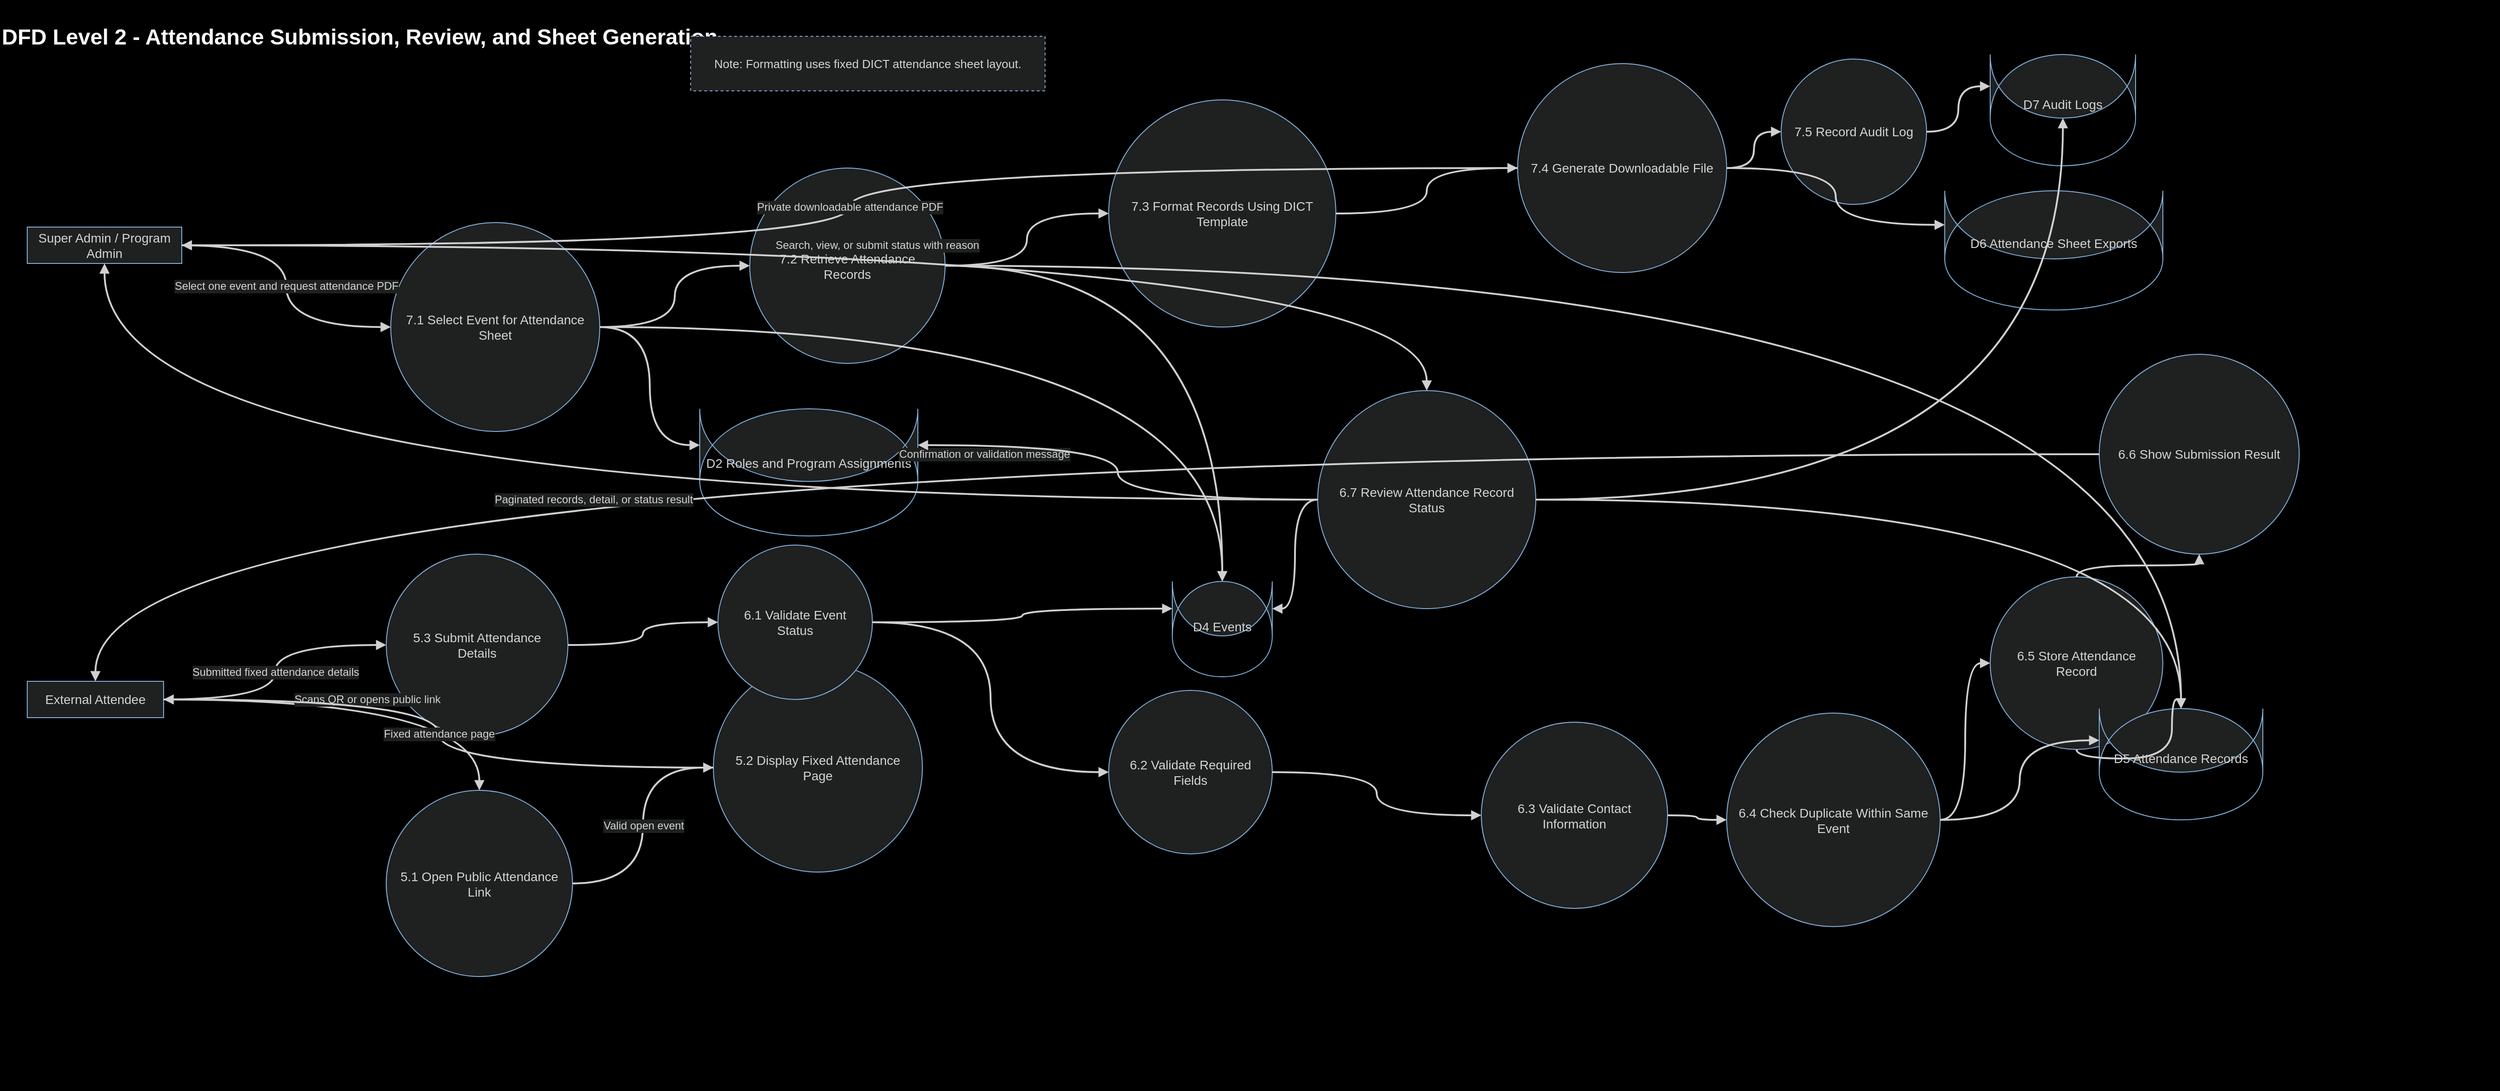
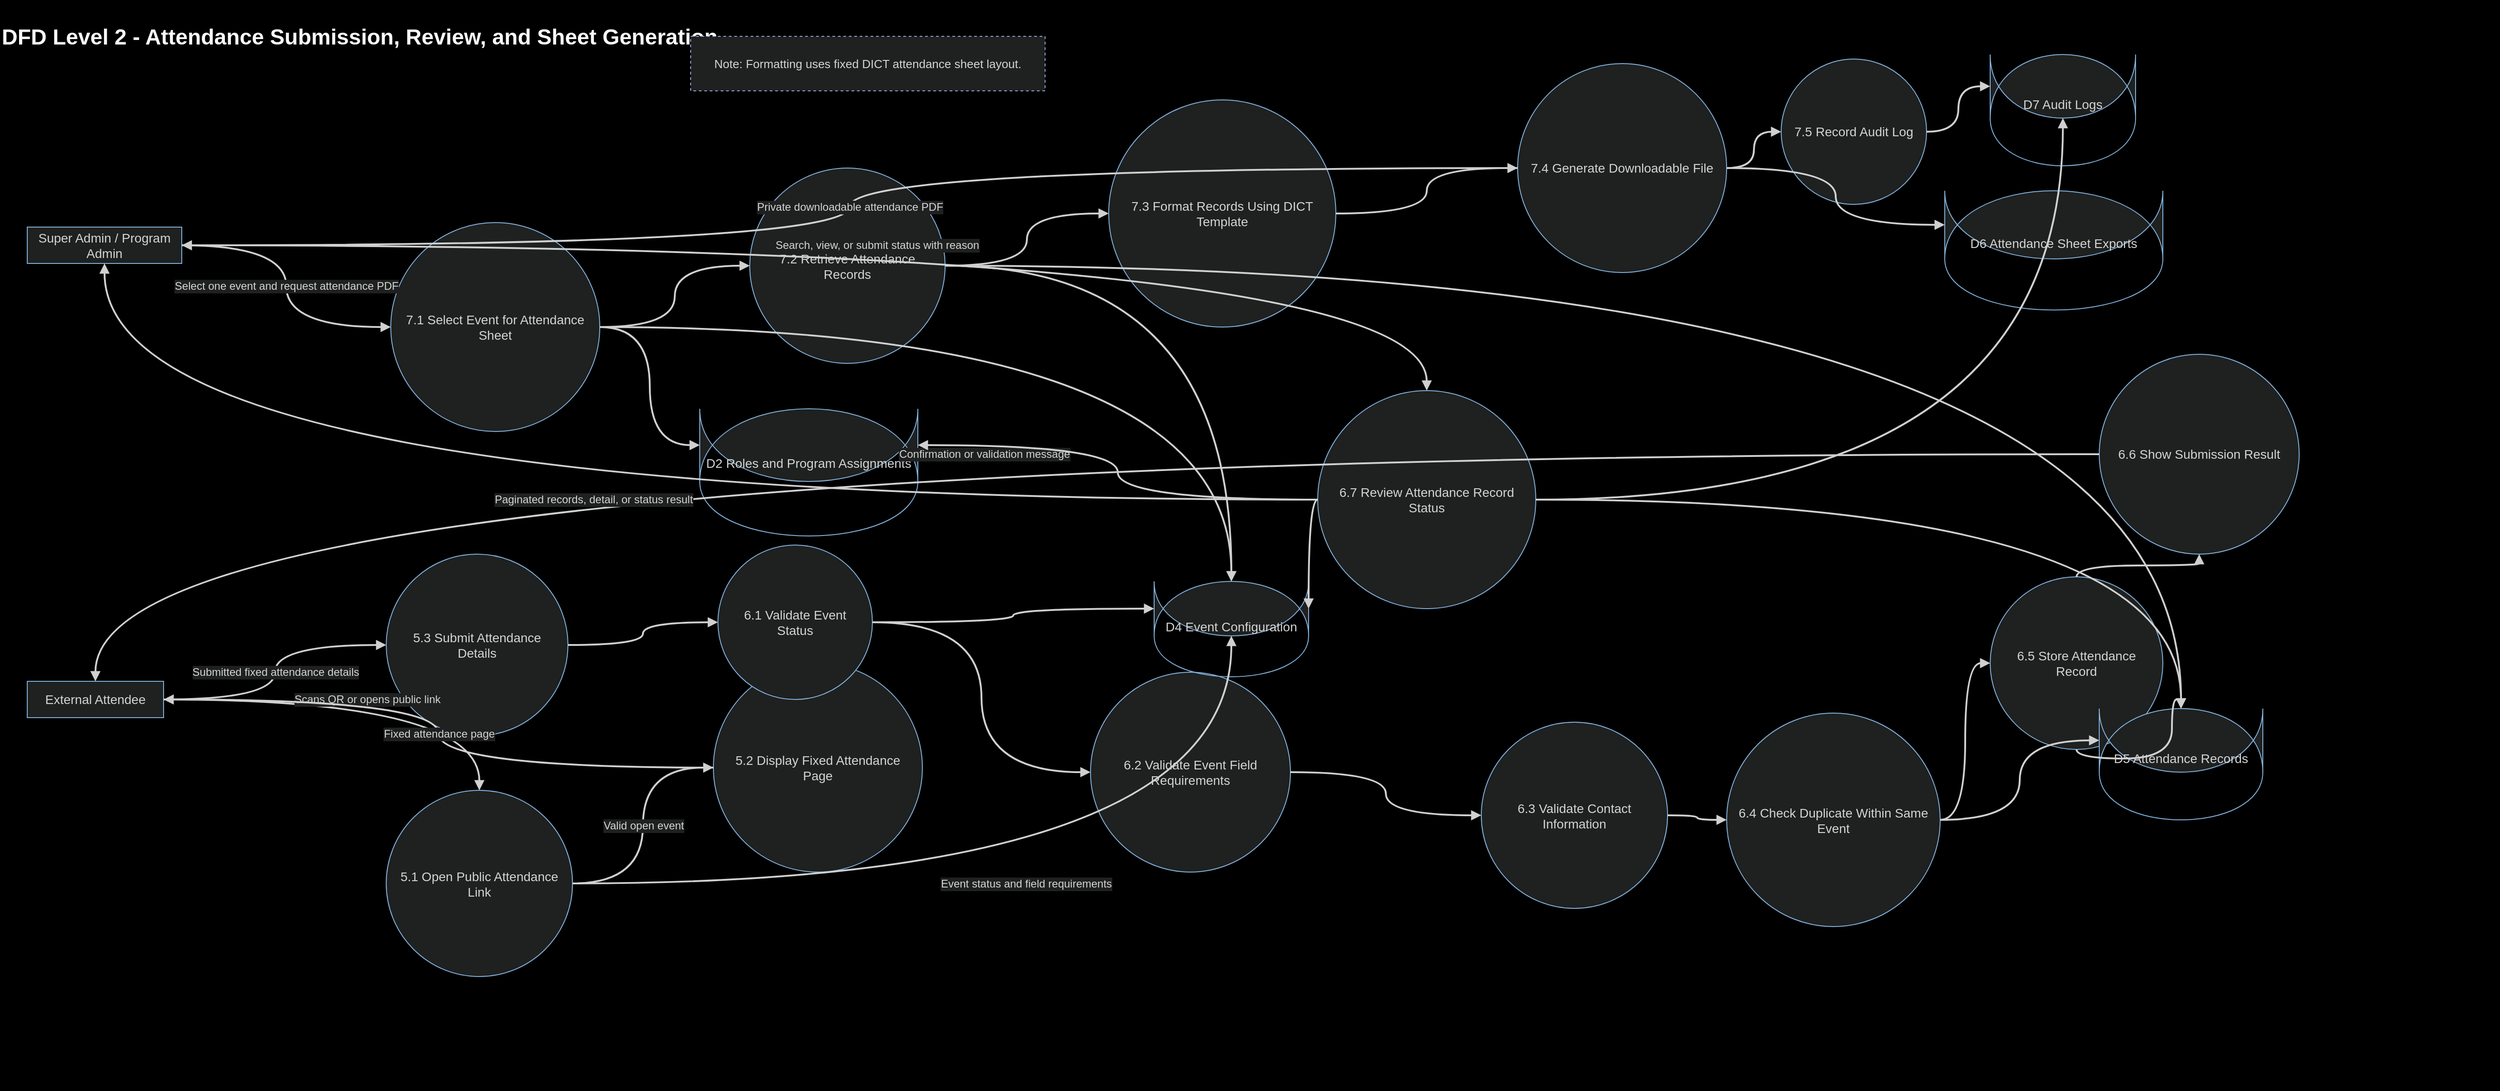
<?xml version='1.0' encoding='utf-8'?>
- <mxfile host="app.diagrams.net"><diagram name="DFD Level 2 - Attendance Submission, Review, and Sheet Generation"><mxGraphModel dx="2750" dy="1200" grid="1" gridSize="10" guides="1" tooltips="1" connect="1" arrows="1" fold="1" page="1" pageScale="1" pageWidth="2750" pageHeight="1200" background="#000000" math="0" shadow="0"><root><mxCell id="0" /><mxCell id="1" parent="0" /><mxCell id="background" value="" style="rounded=0;whiteSpace=wrap;html=1;fillColor=#000000;strokeColor=none;locked=1;" vertex="1" parent="1"><mxGeometry x="0" y="0" width="2750" height="1200" as="geometry" /></mxCell><mxCell id="title" value="DFD Level 2 - Attendance Submission, Review, and Sheet Generation" style="text;html=1;strokeColor=none;fillColor=none;fontColor=#f8fafc;fontStyle=1;fontSize=24;" vertex="1" parent="1"><mxGeometry x="0" y="20" width="2750" height="40" as="geometry" /></mxCell><mxCell id="note_template" value="Note: Formatting uses fixed DICT attendance sheet layout." style="rounded=0;whiteSpace=wrap;html=1;strokeColor=#8CA6DB;fillColor=#1f2020;fontColor=#d4d4d4;fontSize=13;spacing=8;dashed=1;" vertex="1" parent="1"><mxGeometry x="760" y="40" width="390" height="60" as="geometry" /></mxCell><mxCell id="admin" value="Super Admin / Program Admin" style="rounded=0;whiteSpace=wrap;html=1;strokeColor=#81B1DB;fillColor=#1f2020;fontColor=#d4d4d4;fontStyle=0;fontSize=14;spacing=8;" vertex="1" parent="1"><mxGeometry x="30" y="250" width="170" height="40" as="geometry" /></mxCell><mxCell id="attendee" value="External Attendee" style="rounded=0;whiteSpace=wrap;html=1;strokeColor=#81B1DB;fillColor=#1f2020;fontColor=#d4d4d4;fontStyle=0;fontSize=14;spacing=8;" vertex="1" parent="1"><mxGeometry x="30" y="750" width="150" height="40" as="geometry" /></mxCell><mxCell id="p71" value="7.1 Select Event for Attendance Sheet" style="ellipse;whiteSpace=wrap;html=1;strokeColor=#81B1DB;fillColor=#1f2020;fontColor=#d4d4d4;fontStyle=0;fontSize=14;spacing=8;" vertex="1" parent="1"><mxGeometry x="430" y="245" width="230" height="230" as="geometry" /></mxCell><mxCell id="p72" value="7.2 Retrieve Attendance Records" style="ellipse;whiteSpace=wrap;html=1;strokeColor=#81B1DB;fillColor=#1f2020;fontColor=#d4d4d4;fontStyle=0;fontSize=14;spacing=8;" vertex="1" parent="1"><mxGeometry x="825" y="185" width="215" height="215" as="geometry" /></mxCell><mxCell id="p73" value="7.3 Format Records Using DICT Template" style="ellipse;whiteSpace=wrap;html=1;strokeColor=#81B1DB;fillColor=#1f2020;fontColor=#d4d4d4;fontStyle=0;fontSize=14;spacing=8;" vertex="1" parent="1"><mxGeometry x="1220" y="110" width="250" height="250" as="geometry" /></mxCell><mxCell id="p74" value="7.4 Generate Downloadable File" style="ellipse;whiteSpace=wrap;html=1;strokeColor=#81B1DB;fillColor=#1f2020;fontColor=#d4d4d4;fontStyle=0;fontSize=14;spacing=8;" vertex="1" parent="1"><mxGeometry x="1670" y="70" width="230" height="230" as="geometry" /></mxCell><mxCell id="p75" value="7.5 Record Audit Log" style="ellipse;whiteSpace=wrap;html=1;strokeColor=#81B1DB;fillColor=#1f2020;fontColor=#d4d4d4;fontStyle=0;fontSize=14;spacing=8;" vertex="1" parent="1"><mxGeometry x="1960" y="65" width="160" height="160" as="geometry" /></mxCell><mxCell id="p51" value="5.1 Open Public Attendance Link" style="ellipse;whiteSpace=wrap;html=1;strokeColor=#81B1DB;fillColor=#1f2020;fontColor=#d4d4d4;fontStyle=0;fontSize=14;spacing=8;" vertex="1" parent="1"><mxGeometry x="425" y="870" width="205" height="205" as="geometry" /></mxCell><mxCell id="p52" value="5.2 Display Fixed Attendance Page" style="ellipse;whiteSpace=wrap;html=1;strokeColor=#81B1DB;fillColor=#1f2020;fontColor=#d4d4d4;fontStyle=0;fontSize=14;spacing=8;" vertex="1" parent="1"><mxGeometry x="785" y="730" width="230" height="230" as="geometry" /></mxCell><mxCell id="p53" value="5.3 Submit Attendance Details" style="ellipse;whiteSpace=wrap;html=1;strokeColor=#81B1DB;fillColor=#1f2020;fontColor=#d4d4d4;fontStyle=0;fontSize=14;spacing=8;" vertex="1" parent="1"><mxGeometry x="425" y="610" width="200" height="200" as="geometry" /></mxCell><mxCell id="p61" value="6.1 Validate Event Status" style="ellipse;whiteSpace=wrap;html=1;strokeColor=#81B1DB;fillColor=#1f2020;fontColor=#d4d4d4;fontStyle=0;fontSize=14;spacing=8;" vertex="1" parent="1"><mxGeometry x="790" y="600" width="170" height="170" as="geometry" /></mxCell><mxCell id="p62" value="6.2 Validate Required Fields" style="ellipse;whiteSpace=wrap;html=1;strokeColor=#81B1DB;fillColor=#1f2020;fontColor=#d4d4d4;fontStyle=0;fontSize=14;spacing=8;" vertex="1" parent="1"><mxGeometry x="1220" y="760" width="180" height="180" as="geometry" /></mxCell><mxCell id="p63" value="6.3 Validate Contact Information" style="ellipse;whiteSpace=wrap;html=1;strokeColor=#81B1DB;fillColor=#1f2020;fontColor=#d4d4d4;fontStyle=0;fontSize=14;spacing=8;" vertex="1" parent="1"><mxGeometry x="1630" y="795" width="205" height="205" as="geometry" /></mxCell><mxCell id="p64" value="6.4 Check Duplicate Within Same Event" style="ellipse;whiteSpace=wrap;html=1;strokeColor=#81B1DB;fillColor=#1f2020;fontColor=#d4d4d4;fontStyle=0;fontSize=14;spacing=8;" vertex="1" parent="1"><mxGeometry x="1900" y="785" width="235" height="235" as="geometry" /></mxCell><mxCell id="p65" value="6.5 Store Attendance Record" style="ellipse;whiteSpace=wrap;html=1;strokeColor=#81B1DB;fillColor=#1f2020;fontColor=#d4d4d4;fontStyle=0;fontSize=14;spacing=8;" vertex="1" parent="1"><mxGeometry x="2190" y="635" width="190" height="190" as="geometry" /></mxCell><mxCell id="p66" value="6.6 Show Submission Result" style="ellipse;whiteSpace=wrap;html=1;strokeColor=#81B1DB;fillColor=#1f2020;fontColor=#d4d4d4;fontStyle=0;fontSize=14;spacing=8;" vertex="1" parent="1"><mxGeometry x="2310" y="390" width="220" height="220" as="geometry" /></mxCell><mxCell id="p67" value="6.7 Review Attendance Record Status" style="ellipse;whiteSpace=wrap;html=1;strokeColor=#81B1DB;fillColor=#1f2020;fontColor=#d4d4d4;fontStyle=0;fontSize=14;spacing=8;" vertex="1" parent="1"><mxGeometry x="1450" y="430" width="240" height="240" as="geometry" /></mxCell><mxCell id="d2" value="D2 Roles and Program Assignments" style="shape=cylinder;whiteSpace=wrap;html=1;boundedLbl=1;backgroundOutline=1;size=15;strokeColor=#81B1DB;fillColor=#1f2020;fontColor=#d4d4d4;fontSize=14;spacing=8;" vertex="1" parent="1"><mxGeometry x="770" y="450" width="240" height="80" as="geometry" /></mxCell><mxCell id="d4" value="D4 Events" style="shape=cylinder;whiteSpace=wrap;html=1;boundedLbl=1;backgroundOutline=1;size=15;strokeColor=#81B1DB;fillColor=#1f2020;fontColor=#d4d4d4;fontSize=14;spacing=8;" vertex="1" parent="1"><mxGeometry x="1290" y="640" width="110" height="60" as="geometry" /></mxCell><mxCell id="d5" value="D5 Attendance Records" style="shape=cylinder;whiteSpace=wrap;html=1;boundedLbl=1;backgroundOutline=1;size=15;strokeColor=#81B1DB;fillColor=#1f2020;fontColor=#d4d4d4;fontSize=14;spacing=8;" vertex="1" parent="1"><mxGeometry x="2310" y="780" width="180" height="70" as="geometry" /></mxCell><mxCell id="d6" value="D6 Attendance Sheet Exports" style="shape=cylinder;whiteSpace=wrap;html=1;boundedLbl=1;backgroundOutline=1;size=15;strokeColor=#81B1DB;fillColor=#1f2020;fontColor=#d4d4d4;fontSize=14;spacing=8;" vertex="1" parent="1"><mxGeometry x="2140" y="210" width="240" height="75" as="geometry" /></mxCell><mxCell id="d7" value="D7 Audit Logs" style="shape=cylinder;whiteSpace=wrap;html=1;boundedLbl=1;backgroundOutline=1;size=15;strokeColor=#81B1DB;fillColor=#1f2020;fontColor=#d4d4d4;fontSize=14;spacing=8;" vertex="1" parent="1"><mxGeometry x="2190" y="60" width="160" height="70" as="geometry" /></mxCell><mxCell id="e1" value="Scans QR or opens public link" style="edgeStyle=orthogonalEdgeStyle;rounded=1;curved=1;html=1;endArrow=block;strokeColor=#d0d0d0;fontColor=#d4d4d4;fontSize=12;labelBackgroundColor=#1f2020;strokeWidth=2;" edge="1" parent="1" source="attendee" target="p51"><mxGeometry relative="1" as="geometry" /></mxCell><mxCell id="e2" value="Valid open event" style="edgeStyle=orthogonalEdgeStyle;rounded=1;curved=1;html=1;endArrow=block;strokeColor=#d0d0d0;fontColor=#d4d4d4;fontSize=12;labelBackgroundColor=#1f2020;strokeWidth=2;" edge="1" parent="1" source="p51" target="p52"><mxGeometry relative="1" as="geometry" /></mxCell><mxCell id="e3" value="Fixed attendance page" style="edgeStyle=orthogonalEdgeStyle;rounded=1;curved=1;html=1;endArrow=block;strokeColor=#d0d0d0;fontColor=#d4d4d4;fontSize=12;labelBackgroundColor=#1f2020;strokeWidth=2;" edge="1" parent="1" source="p52" target="attendee"><mxGeometry relative="1" as="geometry" /></mxCell><mxCell id="e4" value="Submitted fixed attendance details" style="edgeStyle=orthogonalEdgeStyle;rounded=1;curved=1;html=1;endArrow=block;strokeColor=#d0d0d0;fontColor=#d4d4d4;fontSize=12;labelBackgroundColor=#1f2020;strokeWidth=2;" edge="1" parent="1" source="attendee" target="p53"><mxGeometry relative="1" as="geometry" /></mxCell><mxCell id="e5" value="" style="edgeStyle=orthogonalEdgeStyle;rounded=1;curved=1;html=1;endArrow=block;strokeColor=#d0d0d0;fontColor=#d4d4d4;fontSize=12;labelBackgroundColor=#1f2020;strokeWidth=2;" edge="1" parent="1" source="p53" target="p61"><mxGeometry relative="1" as="geometry" /></mxCell><mxCell id="e6" value="" style="edgeStyle=orthogonalEdgeStyle;rounded=1;curved=1;html=1;endArrow=block;strokeColor=#d0d0d0;fontColor=#d4d4d4;fontSize=12;labelBackgroundColor=#1f2020;strokeWidth=2;" edge="1" parent="1" source="p61" target="d4"><mxGeometry relative="1" as="geometry" /></mxCell><mxCell id="e7" value="" style="edgeStyle=orthogonalEdgeStyle;rounded=1;curved=1;html=1;endArrow=block;strokeColor=#d0d0d0;fontColor=#d4d4d4;fontSize=12;labelBackgroundColor=#1f2020;strokeWidth=2;" edge="1" parent="1" source="p61" target="p62"><mxGeometry relative="1" as="geometry" /></mxCell><mxCell id="e8" value="" style="edgeStyle=orthogonalEdgeStyle;rounded=1;curved=1;html=1;endArrow=block;strokeColor=#d0d0d0;fontColor=#d4d4d4;fontSize=12;labelBackgroundColor=#1f2020;strokeWidth=2;" edge="1" parent="1" source="p62" target="p63"><mxGeometry relative="1" as="geometry" /></mxCell><mxCell id="e9" value="" style="edgeStyle=orthogonalEdgeStyle;rounded=1;curved=1;html=1;endArrow=block;strokeColor=#d0d0d0;fontColor=#d4d4d4;fontSize=12;labelBackgroundColor=#1f2020;strokeWidth=2;" edge="1" parent="1" source="p63" target="p64"><mxGeometry relative="1" as="geometry" /></mxCell><mxCell id="e10" value="" style="edgeStyle=orthogonalEdgeStyle;rounded=1;curved=1;html=1;endArrow=block;strokeColor=#d0d0d0;fontColor=#d4d4d4;fontSize=12;labelBackgroundColor=#1f2020;strokeWidth=2;" edge="1" parent="1" source="p64" target="p65"><mxGeometry relative="1" as="geometry" /></mxCell><mxCell id="e11" value="" style="edgeStyle=orthogonalEdgeStyle;rounded=1;curved=1;html=1;endArrow=block;strokeColor=#d0d0d0;fontColor=#d4d4d4;fontSize=12;labelBackgroundColor=#1f2020;strokeWidth=2;" edge="1" parent="1" source="p64" target="d5"><mxGeometry relative="1" as="geometry" /></mxCell><mxCell id="e12" value="" style="edgeStyle=orthogonalEdgeStyle;rounded=1;curved=1;html=1;endArrow=block;strokeColor=#d0d0d0;fontColor=#d4d4d4;fontSize=12;labelBackgroundColor=#1f2020;strokeWidth=2;" edge="1" parent="1" source="p65" target="d5"><mxGeometry relative="1" as="geometry" /></mxCell><mxCell id="e13" value="" style="edgeStyle=orthogonalEdgeStyle;rounded=1;curved=1;html=1;endArrow=block;strokeColor=#d0d0d0;fontColor=#d4d4d4;fontSize=12;labelBackgroundColor=#1f2020;strokeWidth=2;" edge="1" parent="1" source="p65" target="p66"><mxGeometry relative="1" as="geometry" /></mxCell><mxCell id="e14" value="Confirmation or validation message" style="edgeStyle=orthogonalEdgeStyle;rounded=1;curved=1;html=1;endArrow=block;strokeColor=#d0d0d0;fontColor=#d4d4d4;fontSize=12;labelBackgroundColor=#1f2020;strokeWidth=2;" edge="1" parent="1" source="p66" target="attendee"><mxGeometry relative="1" as="geometry" /></mxCell><mxCell id="e15" value="Search, view, or submit status with reason" style="edgeStyle=orthogonalEdgeStyle;rounded=1;curved=1;html=1;endArrow=block;strokeColor=#d0d0d0;fontColor=#d4d4d4;fontSize=12;labelBackgroundColor=#1f2020;strokeWidth=2;" edge="1" parent="1" source="admin" target="p67"><mxGeometry relative="1" as="geometry" /></mxCell><mxCell id="e16" value="" style="edgeStyle=orthogonalEdgeStyle;rounded=1;curved=1;html=1;endArrow=block;strokeColor=#d0d0d0;fontColor=#d4d4d4;fontSize=12;labelBackgroundColor=#1f2020;strokeWidth=2;" edge="1" parent="1" source="p67" target="d2"><mxGeometry relative="1" as="geometry" /></mxCell><mxCell id="e17" value="" style="edgeStyle=orthogonalEdgeStyle;rounded=1;curved=1;html=1;endArrow=block;strokeColor=#d0d0d0;fontColor=#d4d4d4;fontSize=12;labelBackgroundColor=#1f2020;strokeWidth=2;" edge="1" parent="1" source="p67" target="d4"><mxGeometry relative="1" as="geometry" /></mxCell><mxCell id="e18" value="" style="edgeStyle=orthogonalEdgeStyle;rounded=1;curved=1;html=1;endArrow=block;strokeColor=#d0d0d0;fontColor=#d4d4d4;fontSize=12;labelBackgroundColor=#1f2020;strokeWidth=2;" edge="1" parent="1" source="p67" target="d5"><mxGeometry relative="1" as="geometry" /></mxCell><mxCell id="e19" value="" style="edgeStyle=orthogonalEdgeStyle;rounded=1;curved=1;html=1;endArrow=block;strokeColor=#d0d0d0;fontColor=#d4d4d4;fontSize=12;labelBackgroundColor=#1f2020;strokeWidth=2;" edge="1" parent="1" source="p67" target="d7"><mxGeometry relative="1" as="geometry" /></mxCell><mxCell id="e20" value="Paginated records, detail, or status result" style="edgeStyle=orthogonalEdgeStyle;rounded=1;curved=1;html=1;endArrow=block;strokeColor=#d0d0d0;fontColor=#d4d4d4;fontSize=12;labelBackgroundColor=#1f2020;strokeWidth=2;" edge="1" parent="1" source="p67" target="admin"><mxGeometry relative="1" as="geometry" /></mxCell><mxCell id="e21" value="Select one event and request attendance PDF" style="edgeStyle=orthogonalEdgeStyle;rounded=1;curved=1;html=1;endArrow=block;strokeColor=#d0d0d0;fontColor=#d4d4d4;fontSize=12;labelBackgroundColor=#1f2020;strokeWidth=2;" edge="1" parent="1" source="admin" target="p71"><mxGeometry relative="1" as="geometry" /></mxCell><mxCell id="e22" value="" style="edgeStyle=orthogonalEdgeStyle;rounded=1;curved=1;html=1;endArrow=block;strokeColor=#d0d0d0;fontColor=#d4d4d4;fontSize=12;labelBackgroundColor=#1f2020;strokeWidth=2;" edge="1" parent="1" source="p71" target="d2"><mxGeometry relative="1" as="geometry" /></mxCell><mxCell id="e23" value="" style="edgeStyle=orthogonalEdgeStyle;rounded=1;curved=1;html=1;endArrow=block;strokeColor=#d0d0d0;fontColor=#d4d4d4;fontSize=12;labelBackgroundColor=#1f2020;strokeWidth=2;" edge="1" parent="1" source="p71" target="d4"><mxGeometry relative="1" as="geometry" /></mxCell><mxCell id="e24" value="" style="edgeStyle=orthogonalEdgeStyle;rounded=1;curved=1;html=1;endArrow=block;strokeColor=#d0d0d0;fontColor=#d4d4d4;fontSize=12;labelBackgroundColor=#1f2020;strokeWidth=2;" edge="1" parent="1" source="p71" target="p72"><mxGeometry relative="1" as="geometry" /></mxCell><mxCell id="e25" value="" style="edgeStyle=orthogonalEdgeStyle;rounded=1;curved=1;html=1;endArrow=block;strokeColor=#d0d0d0;fontColor=#d4d4d4;fontSize=12;labelBackgroundColor=#1f2020;strokeWidth=2;" edge="1" parent="1" source="p72" target="d4"><mxGeometry relative="1" as="geometry" /></mxCell><mxCell id="e26" value="" style="edgeStyle=orthogonalEdgeStyle;rounded=1;curved=1;html=1;endArrow=block;strokeColor=#d0d0d0;fontColor=#d4d4d4;fontSize=12;labelBackgroundColor=#1f2020;strokeWidth=2;" edge="1" parent="1" source="p72" target="d5"><mxGeometry relative="1" as="geometry" /></mxCell><mxCell id="e27" value="" style="edgeStyle=orthogonalEdgeStyle;rounded=1;curved=1;html=1;endArrow=block;strokeColor=#d0d0d0;fontColor=#d4d4d4;fontSize=12;labelBackgroundColor=#1f2020;strokeWidth=2;" edge="1" parent="1" source="p72" target="p73"><mxGeometry relative="1" as="geometry" /></mxCell><mxCell id="e28" value="" style="edgeStyle=orthogonalEdgeStyle;rounded=1;curved=1;html=1;endArrow=block;strokeColor=#d0d0d0;fontColor=#d4d4d4;fontSize=12;labelBackgroundColor=#1f2020;strokeWidth=2;" edge="1" parent="1" source="p73" target="p74"><mxGeometry relative="1" as="geometry" /></mxCell><mxCell id="e29" value="Private downloadable attendance PDF" style="edgeStyle=orthogonalEdgeStyle;rounded=1;curved=1;html=1;endArrow=block;strokeColor=#d0d0d0;fontColor=#d4d4d4;fontSize=12;labelBackgroundColor=#1f2020;strokeWidth=2;" edge="1" parent="1" source="p74" target="admin"><mxGeometry relative="1" as="geometry" /></mxCell><mxCell id="e30" value="" style="edgeStyle=orthogonalEdgeStyle;rounded=1;curved=1;html=1;endArrow=block;strokeColor=#d0d0d0;fontColor=#d4d4d4;fontSize=12;labelBackgroundColor=#1f2020;strokeWidth=2;" edge="1" parent="1" source="p74" target="d6"><mxGeometry relative="1" as="geometry" /></mxCell><mxCell id="e31" value="" style="edgeStyle=orthogonalEdgeStyle;rounded=1;curved=1;html=1;endArrow=block;strokeColor=#d0d0d0;fontColor=#d4d4d4;fontSize=12;labelBackgroundColor=#1f2020;strokeWidth=2;" edge="1" parent="1" source="p74" target="p75"><mxGeometry relative="1" as="geometry" /></mxCell><mxCell id="e32" value="" style="edgeStyle=orthogonalEdgeStyle;rounded=1;curved=1;html=1;endArrow=block;strokeColor=#d0d0d0;fontColor=#d4d4d4;fontSize=12;labelBackgroundColor=#1f2020;strokeWidth=2;" edge="1" parent="1" source="p75" target="d7"><mxGeometry relative="1" as="geometry" /></mxCell></root></mxGraphModel></diagram></mxfile>+ <mxfile host="app.diagrams.net"><diagram name="DFD Level 2 - Attendance Submission, Review, and Sheet Generation"><mxGraphModel dx="2750" dy="1200" grid="1" gridSize="10" guides="1" tooltips="1" connect="1" arrows="1" fold="1" page="1" pageScale="1" pageWidth="2750" pageHeight="1200" background="#000000" math="0" shadow="0"><root><mxCell id="0" /><mxCell id="1" parent="0" /><mxCell id="background" value="" style="rounded=0;whiteSpace=wrap;html=1;fillColor=#000000;strokeColor=none;locked=1;" vertex="1" parent="1"><mxGeometry x="0" y="0" width="2750" height="1200" as="geometry" /></mxCell><mxCell id="title" value="DFD Level 2 - Attendance Submission, Review, and Sheet Generation" style="text;html=1;strokeColor=none;fillColor=none;fontColor=#f8fafc;fontStyle=1;fontSize=24;" vertex="1" parent="1"><mxGeometry x="0" y="20" width="2750" height="40" as="geometry" /></mxCell><mxCell id="note_template" value="Note: Formatting uses fixed DICT attendance sheet layout." style="rounded=0;whiteSpace=wrap;html=1;strokeColor=#8CA6DB;fillColor=#1f2020;fontColor=#d4d4d4;fontSize=13;spacing=8;dashed=1;" vertex="1" parent="1"><mxGeometry x="760" y="40" width="390" height="60" as="geometry" /></mxCell><mxCell id="admin" value="Super Admin / Program Admin" style="rounded=0;whiteSpace=wrap;html=1;strokeColor=#81B1DB;fillColor=#1f2020;fontColor=#d4d4d4;fontStyle=0;fontSize=14;spacing=8;" vertex="1" parent="1"><mxGeometry x="30" y="250" width="170" height="40" as="geometry" /></mxCell><mxCell id="attendee" value="External Attendee" style="rounded=0;whiteSpace=wrap;html=1;strokeColor=#81B1DB;fillColor=#1f2020;fontColor=#d4d4d4;fontStyle=0;fontSize=14;spacing=8;" vertex="1" parent="1"><mxGeometry x="30" y="750" width="150" height="40" as="geometry" /></mxCell><mxCell id="p71" value="7.1 Select Event for Attendance Sheet" style="ellipse;whiteSpace=wrap;html=1;strokeColor=#81B1DB;fillColor=#1f2020;fontColor=#d4d4d4;fontStyle=0;fontSize=14;spacing=8;" vertex="1" parent="1"><mxGeometry x="430" y="245" width="230" height="230" as="geometry" /></mxCell><mxCell id="p72" value="7.2 Retrieve Attendance Records" style="ellipse;whiteSpace=wrap;html=1;strokeColor=#81B1DB;fillColor=#1f2020;fontColor=#d4d4d4;fontStyle=0;fontSize=14;spacing=8;" vertex="1" parent="1"><mxGeometry x="825" y="185" width="215" height="215" as="geometry" /></mxCell><mxCell id="p73" value="7.3 Format Records Using DICT Template" style="ellipse;whiteSpace=wrap;html=1;strokeColor=#81B1DB;fillColor=#1f2020;fontColor=#d4d4d4;fontStyle=0;fontSize=14;spacing=8;" vertex="1" parent="1"><mxGeometry x="1220" y="110" width="250" height="250" as="geometry" /></mxCell><mxCell id="p74" value="7.4 Generate Downloadable File" style="ellipse;whiteSpace=wrap;html=1;strokeColor=#81B1DB;fillColor=#1f2020;fontColor=#d4d4d4;fontStyle=0;fontSize=14;spacing=8;" vertex="1" parent="1"><mxGeometry x="1670" y="70" width="230" height="230" as="geometry" /></mxCell><mxCell id="p75" value="7.5 Record Audit Log" style="ellipse;whiteSpace=wrap;html=1;strokeColor=#81B1DB;fillColor=#1f2020;fontColor=#d4d4d4;fontStyle=0;fontSize=14;spacing=8;" vertex="1" parent="1"><mxGeometry x="1960" y="65" width="160" height="160" as="geometry" /></mxCell><mxCell id="p51" value="5.1 Open Public Attendance Link" style="ellipse;whiteSpace=wrap;html=1;strokeColor=#81B1DB;fillColor=#1f2020;fontColor=#d4d4d4;fontStyle=0;fontSize=14;spacing=8;" vertex="1" parent="1"><mxGeometry x="425" y="870" width="205" height="205" as="geometry" /></mxCell><mxCell id="p52" value="5.2 Display Fixed Attendance Page" style="ellipse;whiteSpace=wrap;html=1;strokeColor=#81B1DB;fillColor=#1f2020;fontColor=#d4d4d4;fontStyle=0;fontSize=14;spacing=8;" vertex="1" parent="1"><mxGeometry x="785" y="730" width="230" height="230" as="geometry" /></mxCell><mxCell id="p53" value="5.3 Submit Attendance Details" style="ellipse;whiteSpace=wrap;html=1;strokeColor=#81B1DB;fillColor=#1f2020;fontColor=#d4d4d4;fontStyle=0;fontSize=14;spacing=8;" vertex="1" parent="1"><mxGeometry x="425" y="610" width="200" height="200" as="geometry" /></mxCell><mxCell id="p61" value="6.1 Validate Event Status" style="ellipse;whiteSpace=wrap;html=1;strokeColor=#81B1DB;fillColor=#1f2020;fontColor=#d4d4d4;fontStyle=0;fontSize=14;spacing=8;" vertex="1" parent="1"><mxGeometry x="790" y="600" width="170" height="170" as="geometry" /></mxCell><mxCell id="p62" value="6.2 Validate Event Field Requirements" style="ellipse;whiteSpace=wrap;html=1;strokeColor=#81B1DB;fillColor=#1f2020;fontColor=#d4d4d4;fontStyle=0;fontSize=14;spacing=8;" vertex="1" parent="1"><mxGeometry x="1200" y="740" width="220" height="220" as="geometry" /></mxCell><mxCell id="p63" value="6.3 Validate Contact Information" style="ellipse;whiteSpace=wrap;html=1;strokeColor=#81B1DB;fillColor=#1f2020;fontColor=#d4d4d4;fontStyle=0;fontSize=14;spacing=8;" vertex="1" parent="1"><mxGeometry x="1630" y="795" width="205" height="205" as="geometry" /></mxCell><mxCell id="p64" value="6.4 Check Duplicate Within Same Event" style="ellipse;whiteSpace=wrap;html=1;strokeColor=#81B1DB;fillColor=#1f2020;fontColor=#d4d4d4;fontStyle=0;fontSize=14;spacing=8;" vertex="1" parent="1"><mxGeometry x="1900" y="785" width="235" height="235" as="geometry" /></mxCell><mxCell id="p65" value="6.5 Store Attendance Record" style="ellipse;whiteSpace=wrap;html=1;strokeColor=#81B1DB;fillColor=#1f2020;fontColor=#d4d4d4;fontStyle=0;fontSize=14;spacing=8;" vertex="1" parent="1"><mxGeometry x="2190" y="635" width="190" height="190" as="geometry" /></mxCell><mxCell id="p66" value="6.6 Show Submission Result" style="ellipse;whiteSpace=wrap;html=1;strokeColor=#81B1DB;fillColor=#1f2020;fontColor=#d4d4d4;fontStyle=0;fontSize=14;spacing=8;" vertex="1" parent="1"><mxGeometry x="2310" y="390" width="220" height="220" as="geometry" /></mxCell><mxCell id="p67" value="6.7 Review Attendance Record Status" style="ellipse;whiteSpace=wrap;html=1;strokeColor=#81B1DB;fillColor=#1f2020;fontColor=#d4d4d4;fontStyle=0;fontSize=14;spacing=8;" vertex="1" parent="1"><mxGeometry x="1450" y="430" width="240" height="240" as="geometry" /></mxCell><mxCell id="d2" value="D2 Roles and Program Assignments" style="shape=cylinder;whiteSpace=wrap;html=1;boundedLbl=1;backgroundOutline=1;size=15;strokeColor=#81B1DB;fillColor=#1f2020;fontColor=#d4d4d4;fontSize=14;spacing=8;" vertex="1" parent="1"><mxGeometry x="770" y="450" width="240" height="80" as="geometry" /></mxCell><mxCell id="d4" value="D4 Event Configuration" style="shape=cylinder;whiteSpace=wrap;html=1;boundedLbl=1;backgroundOutline=1;size=15;strokeColor=#81B1DB;fillColor=#1f2020;fontColor=#d4d4d4;fontSize=14;spacing=8;" vertex="1" parent="1"><mxGeometry x="1270" y="640" width="170" height="60" as="geometry" /></mxCell><mxCell id="d5" value="D5 Attendance Records" style="shape=cylinder;whiteSpace=wrap;html=1;boundedLbl=1;backgroundOutline=1;size=15;strokeColor=#81B1DB;fillColor=#1f2020;fontColor=#d4d4d4;fontSize=14;spacing=8;" vertex="1" parent="1"><mxGeometry x="2310" y="780" width="180" height="70" as="geometry" /></mxCell><mxCell id="d6" value="D6 Attendance Sheet Exports" style="shape=cylinder;whiteSpace=wrap;html=1;boundedLbl=1;backgroundOutline=1;size=15;strokeColor=#81B1DB;fillColor=#1f2020;fontColor=#d4d4d4;fontSize=14;spacing=8;" vertex="1" parent="1"><mxGeometry x="2140" y="210" width="240" height="75" as="geometry" /></mxCell><mxCell id="d7" value="D7 Audit Logs" style="shape=cylinder;whiteSpace=wrap;html=1;boundedLbl=1;backgroundOutline=1;size=15;strokeColor=#81B1DB;fillColor=#1f2020;fontColor=#d4d4d4;fontSize=14;spacing=8;" vertex="1" parent="1"><mxGeometry x="2190" y="60" width="160" height="70" as="geometry" /></mxCell><mxCell id="e1" value="Scans QR or opens public link" style="edgeStyle=orthogonalEdgeStyle;rounded=1;curved=1;html=1;endArrow=block;strokeColor=#d0d0d0;fontColor=#d4d4d4;fontSize=12;labelBackgroundColor=#1f2020;strokeWidth=2;" edge="1" parent="1" source="attendee" target="p51"><mxGeometry relative="1" as="geometry" /></mxCell><mxCell id="e2" value="Event status and field requirements" style="edgeStyle=orthogonalEdgeStyle;rounded=1;curved=1;html=1;endArrow=block;strokeColor=#d0d0d0;fontColor=#d4d4d4;fontSize=12;labelBackgroundColor=#1f2020;strokeWidth=2;" edge="1" parent="1" source="p51" target="d4"><mxGeometry relative="1" as="geometry" /></mxCell><mxCell id="e3" value="Valid open event" style="edgeStyle=orthogonalEdgeStyle;rounded=1;curved=1;html=1;endArrow=block;strokeColor=#d0d0d0;fontColor=#d4d4d4;fontSize=12;labelBackgroundColor=#1f2020;strokeWidth=2;" edge="1" parent="1" source="p51" target="p52"><mxGeometry relative="1" as="geometry" /></mxCell><mxCell id="e4" value="Fixed attendance page" style="edgeStyle=orthogonalEdgeStyle;rounded=1;curved=1;html=1;endArrow=block;strokeColor=#d0d0d0;fontColor=#d4d4d4;fontSize=12;labelBackgroundColor=#1f2020;strokeWidth=2;" edge="1" parent="1" source="p52" target="attendee"><mxGeometry relative="1" as="geometry" /></mxCell><mxCell id="e5" value="Submitted fixed attendance details" style="edgeStyle=orthogonalEdgeStyle;rounded=1;curved=1;html=1;endArrow=block;strokeColor=#d0d0d0;fontColor=#d4d4d4;fontSize=12;labelBackgroundColor=#1f2020;strokeWidth=2;" edge="1" parent="1" source="attendee" target="p53"><mxGeometry relative="1" as="geometry" /></mxCell><mxCell id="e6" value="" style="edgeStyle=orthogonalEdgeStyle;rounded=1;curved=1;html=1;endArrow=block;strokeColor=#d0d0d0;fontColor=#d4d4d4;fontSize=12;labelBackgroundColor=#1f2020;strokeWidth=2;" edge="1" parent="1" source="p53" target="p61"><mxGeometry relative="1" as="geometry" /></mxCell><mxCell id="e7" value="" style="edgeStyle=orthogonalEdgeStyle;rounded=1;curved=1;html=1;endArrow=block;strokeColor=#d0d0d0;fontColor=#d4d4d4;fontSize=12;labelBackgroundColor=#1f2020;strokeWidth=2;" edge="1" parent="1" source="p61" target="d4"><mxGeometry relative="1" as="geometry" /></mxCell><mxCell id="e8" value="" style="edgeStyle=orthogonalEdgeStyle;rounded=1;curved=1;html=1;endArrow=block;strokeColor=#d0d0d0;fontColor=#d4d4d4;fontSize=12;labelBackgroundColor=#1f2020;strokeWidth=2;" edge="1" parent="1" source="p61" target="p62"><mxGeometry relative="1" as="geometry" /></mxCell><mxCell id="e9" value="" style="edgeStyle=orthogonalEdgeStyle;rounded=1;curved=1;html=1;endArrow=block;strokeColor=#d0d0d0;fontColor=#d4d4d4;fontSize=12;labelBackgroundColor=#1f2020;strokeWidth=2;" edge="1" parent="1" source="p62" target="p63"><mxGeometry relative="1" as="geometry" /></mxCell><mxCell id="e10" value="" style="edgeStyle=orthogonalEdgeStyle;rounded=1;curved=1;html=1;endArrow=block;strokeColor=#d0d0d0;fontColor=#d4d4d4;fontSize=12;labelBackgroundColor=#1f2020;strokeWidth=2;" edge="1" parent="1" source="p63" target="p64"><mxGeometry relative="1" as="geometry" /></mxCell><mxCell id="e11" value="" style="edgeStyle=orthogonalEdgeStyle;rounded=1;curved=1;html=1;endArrow=block;strokeColor=#d0d0d0;fontColor=#d4d4d4;fontSize=12;labelBackgroundColor=#1f2020;strokeWidth=2;" edge="1" parent="1" source="p64" target="p65"><mxGeometry relative="1" as="geometry" /></mxCell><mxCell id="e12" value="" style="edgeStyle=orthogonalEdgeStyle;rounded=1;curved=1;html=1;endArrow=block;strokeColor=#d0d0d0;fontColor=#d4d4d4;fontSize=12;labelBackgroundColor=#1f2020;strokeWidth=2;" edge="1" parent="1" source="p64" target="d5"><mxGeometry relative="1" as="geometry" /></mxCell><mxCell id="e13" value="" style="edgeStyle=orthogonalEdgeStyle;rounded=1;curved=1;html=1;endArrow=block;strokeColor=#d0d0d0;fontColor=#d4d4d4;fontSize=12;labelBackgroundColor=#1f2020;strokeWidth=2;" edge="1" parent="1" source="p65" target="d5"><mxGeometry relative="1" as="geometry" /></mxCell><mxCell id="e14" value="" style="edgeStyle=orthogonalEdgeStyle;rounded=1;curved=1;html=1;endArrow=block;strokeColor=#d0d0d0;fontColor=#d4d4d4;fontSize=12;labelBackgroundColor=#1f2020;strokeWidth=2;" edge="1" parent="1" source="p65" target="p66"><mxGeometry relative="1" as="geometry" /></mxCell><mxCell id="e15" value="Confirmation or validation message" style="edgeStyle=orthogonalEdgeStyle;rounded=1;curved=1;html=1;endArrow=block;strokeColor=#d0d0d0;fontColor=#d4d4d4;fontSize=12;labelBackgroundColor=#1f2020;strokeWidth=2;" edge="1" parent="1" source="p66" target="attendee"><mxGeometry relative="1" as="geometry" /></mxCell><mxCell id="e16" value="Search, view, or submit status with reason" style="edgeStyle=orthogonalEdgeStyle;rounded=1;curved=1;html=1;endArrow=block;strokeColor=#d0d0d0;fontColor=#d4d4d4;fontSize=12;labelBackgroundColor=#1f2020;strokeWidth=2;" edge="1" parent="1" source="admin" target="p67"><mxGeometry relative="1" as="geometry" /></mxCell><mxCell id="e17" value="" style="edgeStyle=orthogonalEdgeStyle;rounded=1;curved=1;html=1;endArrow=block;strokeColor=#d0d0d0;fontColor=#d4d4d4;fontSize=12;labelBackgroundColor=#1f2020;strokeWidth=2;" edge="1" parent="1" source="p67" target="d2"><mxGeometry relative="1" as="geometry" /></mxCell><mxCell id="e18" value="" style="edgeStyle=orthogonalEdgeStyle;rounded=1;curved=1;html=1;endArrow=block;strokeColor=#d0d0d0;fontColor=#d4d4d4;fontSize=12;labelBackgroundColor=#1f2020;strokeWidth=2;" edge="1" parent="1" source="p67" target="d4"><mxGeometry relative="1" as="geometry" /></mxCell><mxCell id="e19" value="" style="edgeStyle=orthogonalEdgeStyle;rounded=1;curved=1;html=1;endArrow=block;strokeColor=#d0d0d0;fontColor=#d4d4d4;fontSize=12;labelBackgroundColor=#1f2020;strokeWidth=2;" edge="1" parent="1" source="p67" target="d5"><mxGeometry relative="1" as="geometry" /></mxCell><mxCell id="e20" value="" style="edgeStyle=orthogonalEdgeStyle;rounded=1;curved=1;html=1;endArrow=block;strokeColor=#d0d0d0;fontColor=#d4d4d4;fontSize=12;labelBackgroundColor=#1f2020;strokeWidth=2;" edge="1" parent="1" source="p67" target="d7"><mxGeometry relative="1" as="geometry" /></mxCell><mxCell id="e21" value="Paginated records, detail, or status result" style="edgeStyle=orthogonalEdgeStyle;rounded=1;curved=1;html=1;endArrow=block;strokeColor=#d0d0d0;fontColor=#d4d4d4;fontSize=12;labelBackgroundColor=#1f2020;strokeWidth=2;" edge="1" parent="1" source="p67" target="admin"><mxGeometry relative="1" as="geometry" /></mxCell><mxCell id="e22" value="Select one event and request attendance PDF" style="edgeStyle=orthogonalEdgeStyle;rounded=1;curved=1;html=1;endArrow=block;strokeColor=#d0d0d0;fontColor=#d4d4d4;fontSize=12;labelBackgroundColor=#1f2020;strokeWidth=2;" edge="1" parent="1" source="admin" target="p71"><mxGeometry relative="1" as="geometry" /></mxCell><mxCell id="e23" value="" style="edgeStyle=orthogonalEdgeStyle;rounded=1;curved=1;html=1;endArrow=block;strokeColor=#d0d0d0;fontColor=#d4d4d4;fontSize=12;labelBackgroundColor=#1f2020;strokeWidth=2;" edge="1" parent="1" source="p71" target="d2"><mxGeometry relative="1" as="geometry" /></mxCell><mxCell id="e24" value="" style="edgeStyle=orthogonalEdgeStyle;rounded=1;curved=1;html=1;endArrow=block;strokeColor=#d0d0d0;fontColor=#d4d4d4;fontSize=12;labelBackgroundColor=#1f2020;strokeWidth=2;" edge="1" parent="1" source="p71" target="d4"><mxGeometry relative="1" as="geometry" /></mxCell><mxCell id="e25" value="" style="edgeStyle=orthogonalEdgeStyle;rounded=1;curved=1;html=1;endArrow=block;strokeColor=#d0d0d0;fontColor=#d4d4d4;fontSize=12;labelBackgroundColor=#1f2020;strokeWidth=2;" edge="1" parent="1" source="p71" target="p72"><mxGeometry relative="1" as="geometry" /></mxCell><mxCell id="e26" value="" style="edgeStyle=orthogonalEdgeStyle;rounded=1;curved=1;html=1;endArrow=block;strokeColor=#d0d0d0;fontColor=#d4d4d4;fontSize=12;labelBackgroundColor=#1f2020;strokeWidth=2;" edge="1" parent="1" source="p72" target="d4"><mxGeometry relative="1" as="geometry" /></mxCell><mxCell id="e27" value="" style="edgeStyle=orthogonalEdgeStyle;rounded=1;curved=1;html=1;endArrow=block;strokeColor=#d0d0d0;fontColor=#d4d4d4;fontSize=12;labelBackgroundColor=#1f2020;strokeWidth=2;" edge="1" parent="1" source="p72" target="d5"><mxGeometry relative="1" as="geometry" /></mxCell><mxCell id="e28" value="" style="edgeStyle=orthogonalEdgeStyle;rounded=1;curved=1;html=1;endArrow=block;strokeColor=#d0d0d0;fontColor=#d4d4d4;fontSize=12;labelBackgroundColor=#1f2020;strokeWidth=2;" edge="1" parent="1" source="p72" target="p73"><mxGeometry relative="1" as="geometry" /></mxCell><mxCell id="e29" value="" style="edgeStyle=orthogonalEdgeStyle;rounded=1;curved=1;html=1;endArrow=block;strokeColor=#d0d0d0;fontColor=#d4d4d4;fontSize=12;labelBackgroundColor=#1f2020;strokeWidth=2;" edge="1" parent="1" source="p73" target="p74"><mxGeometry relative="1" as="geometry" /></mxCell><mxCell id="e30" value="Private downloadable attendance PDF" style="edgeStyle=orthogonalEdgeStyle;rounded=1;curved=1;html=1;endArrow=block;strokeColor=#d0d0d0;fontColor=#d4d4d4;fontSize=12;labelBackgroundColor=#1f2020;strokeWidth=2;" edge="1" parent="1" source="p74" target="admin"><mxGeometry relative="1" as="geometry" /></mxCell><mxCell id="e31" value="" style="edgeStyle=orthogonalEdgeStyle;rounded=1;curved=1;html=1;endArrow=block;strokeColor=#d0d0d0;fontColor=#d4d4d4;fontSize=12;labelBackgroundColor=#1f2020;strokeWidth=2;" edge="1" parent="1" source="p74" target="d6"><mxGeometry relative="1" as="geometry" /></mxCell><mxCell id="e32" value="" style="edgeStyle=orthogonalEdgeStyle;rounded=1;curved=1;html=1;endArrow=block;strokeColor=#d0d0d0;fontColor=#d4d4d4;fontSize=12;labelBackgroundColor=#1f2020;strokeWidth=2;" edge="1" parent="1" source="p74" target="p75"><mxGeometry relative="1" as="geometry" /></mxCell><mxCell id="e33" value="" style="edgeStyle=orthogonalEdgeStyle;rounded=1;curved=1;html=1;endArrow=block;strokeColor=#d0d0d0;fontColor=#d4d4d4;fontSize=12;labelBackgroundColor=#1f2020;strokeWidth=2;" edge="1" parent="1" source="p75" target="d7"><mxGeometry relative="1" as="geometry" /></mxCell></root></mxGraphModel></diagram></mxfile>